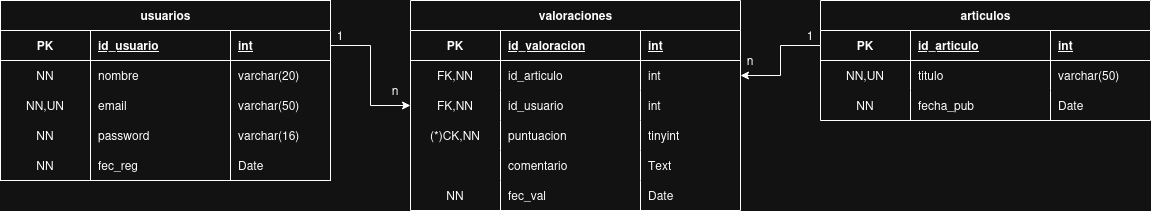
sfloresdev/criptojourney keeps this draw.io diagram as web/assets/images/criptojourney.drawio.png. Above is the earlier version. Source tidied: cells renumbered, new cells last; positions are measured from the earlier drawing's top-left corner, leaving out a move shared by most shapes.
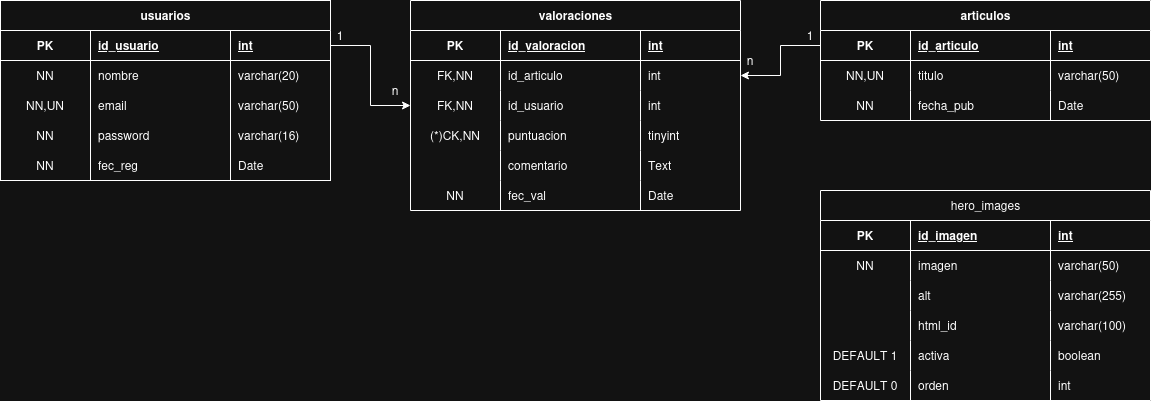
Above is the later version.

Change to the diagram source:
```diff
@@ -197,5 +197,80 @@
     <mxCell id="66" value="n" style="text;html=1;whiteSpace=wrap;strokeColor=none;fillColor=none;align=center;verticalAlign=middle;rounded=0;" parent="1" vertex="1">
       <mxGeometry x="365" y="75" width="60" height="30" as="geometry" />
     </mxCell>
+    <mxCell id="67" value="hero_images" style="shape=table;startSize=30;rowLines=0;fontStyle=0;align=center;html=1;" parent="1" vertex="1">
+      <mxGeometry x="820" y="190" width="330" height="210" as="geometry" />
+    </mxCell>
+    <mxCell id="68" style="shape=tableRow;horizontal=0;startSize=0;swimlaneHead=0;swimlaneBody=0;fillColor=none;top=0;left=0;right=0;bottom=1;" parent="67" vertex="1">
+      <mxGeometry y="30" width="330" height="30" as="geometry" />
+    </mxCell>
+    <mxCell id="69" value="PK" style="shape=partialRectangle;fillColor=none;top=0;left=0;bottom=0;right=0;fontStyle=1;overflow=hidden;whiteSpace=wrap;html=1;" parent="68" vertex="1">
+      <mxGeometry width="90" height="30" as="geometry" />
+    </mxCell>
+    <mxCell id="70" value="id_imagen" style="shape=partialRectangle;fillColor=none;top=0;left=0;bottom=0;right=0;align=left;spacingLeft=6;fontStyle=5;overflow=hidden;whiteSpace=wrap;html=1;" parent="68" vertex="1">
+      <mxGeometry x="90" width="140" height="30" as="geometry" />
+    </mxCell>
+    <mxCell id="71" value="int" style="shape=partialRectangle;fillColor=none;top=0;left=0;bottom=0;right=0;align=left;spacingLeft=6;fontStyle=5;overflow=hidden;whiteSpace=wrap;html=1;" parent="68" vertex="1">
+      <mxGeometry x="230" width="100" height="30" as="geometry" />
+    </mxCell>
+    <mxCell id="72" style="shape=tableRow;horizontal=0;startSize=0;swimlaneHead=0;swimlaneBody=0;fillColor=none;top=0;left=0;right=0;bottom=0;" parent="67" vertex="1">
+      <mxGeometry y="60" width="330" height="30" as="geometry" />
+    </mxCell>
+    <mxCell id="73" value="NN" style="shape=partialRectangle;fillColor=none;top=0;left=0;bottom=0;right=0;overflow=hidden;whiteSpace=wrap;html=1;" parent="72" vertex="1">
+      <mxGeometry width="90" height="30" as="geometry" />
+    </mxCell>
+    <mxCell id="74" value="imagen" style="shape=partialRectangle;fillColor=none;top=0;left=0;bottom=0;right=0;align=left;spacingLeft=6;overflow=hidden;whiteSpace=wrap;html=1;" parent="72" vertex="1">
+      <mxGeometry x="90" width="140" height="30" as="geometry" />
+    </mxCell>
+    <mxCell id="75" value="varchar(50)" style="shape=partialRectangle;fillColor=none;top=0;left=0;bottom=0;right=0;align=left;spacingLeft=6;overflow=hidden;whiteSpace=wrap;html=1;" parent="72" vertex="1">
+      <mxGeometry x="230" width="100" height="30" as="geometry" />
+    </mxCell>
+    <mxCell id="76" style="shape=tableRow;horizontal=0;startSize=0;swimlaneHead=0;swimlaneBody=0;fillColor=none;top=0;left=0;right=0;bottom=0;" parent="67" vertex="1">
+      <mxGeometry y="90" width="330" height="30" as="geometry" />
+    </mxCell>
+    <mxCell id="77" style="shape=partialRectangle;fillColor=none;top=0;left=0;bottom=0;right=0;overflow=hidden;whiteSpace=wrap;html=1;" parent="76" vertex="1">
+      <mxGeometry width="90" height="30" as="geometry" />
+    </mxCell>
+    <mxCell id="78" value="alt" style="shape=partialRectangle;fillColor=none;top=0;left=0;bottom=0;right=0;align=left;spacingLeft=6;overflow=hidden;whiteSpace=wrap;html=1;" parent="76" vertex="1">
+      <mxGeometry x="90" width="140" height="30" as="geometry" />
+    </mxCell>
+    <mxCell id="79" value="varchar(255)" style="shape=partialRectangle;fillColor=none;top=0;left=0;bottom=0;right=0;align=left;spacingLeft=6;overflow=hidden;whiteSpace=wrap;html=1;" parent="76" vertex="1">
+      <mxGeometry x="230" width="100" height="30" as="geometry" />
+    </mxCell>
+    <mxCell id="80" style="shape=tableRow;horizontal=0;startSize=0;swimlaneHead=0;swimlaneBody=0;fillColor=none;top=0;left=0;right=0;bottom=0;" parent="67" vertex="1">
+      <mxGeometry y="120" width="330" height="30" as="geometry" />
+    </mxCell>
+    <mxCell id="81" style="shape=partialRectangle;fillColor=none;top=0;left=0;bottom=0;right=0;overflow=hidden;whiteSpace=wrap;html=1;" parent="80" vertex="1">
+      <mxGeometry width="90" height="30" as="geometry" />
+    </mxCell>
+    <mxCell id="82" value="html_id" style="shape=partialRectangle;fillColor=none;top=0;left=0;bottom=0;right=0;align=left;spacingLeft=6;overflow=hidden;whiteSpace=wrap;html=1;" parent="80" vertex="1">
+      <mxGeometry x="90" width="140" height="30" as="geometry" />
+    </mxCell>
+    <mxCell id="83" value="varchar(100)" style="shape=partialRectangle;fillColor=none;top=0;left=0;bottom=0;right=0;align=left;spacingLeft=6;overflow=hidden;whiteSpace=wrap;html=1;" parent="80" vertex="1">
+      <mxGeometry x="230" width="100" height="30" as="geometry" />
+    </mxCell>
+    <mxCell id="84" style="shape=tableRow;horizontal=0;startSize=0;swimlaneHead=0;swimlaneBody=0;fillColor=none;top=0;left=0;right=0;bottom=0;" parent="67" vertex="1">
+      <mxGeometry y="150" width="330" height="30" as="geometry" />
+    </mxCell>
+    <mxCell id="85" value="DEFAULT 1" style="shape=partialRectangle;fillColor=none;top=0;left=0;bottom=0;right=0;overflow=hidden;whiteSpace=wrap;html=1;" parent="84" vertex="1">
+      <mxGeometry width="90" height="30" as="geometry" />
+    </mxCell>
+    <mxCell id="86" value="activa" style="shape=partialRectangle;fillColor=none;top=0;left=0;bottom=0;right=0;align=left;spacingLeft=6;overflow=hidden;whiteSpace=wrap;html=1;" parent="84" vertex="1">
+      <mxGeometry x="90" width="140" height="30" as="geometry" />
+    </mxCell>
+    <mxCell id="87" value="boolean" style="shape=partialRectangle;fillColor=none;top=0;left=0;bottom=0;right=0;align=left;spacingLeft=6;overflow=hidden;whiteSpace=wrap;html=1;" parent="84" vertex="1">
+      <mxGeometry x="230" width="100" height="30" as="geometry" />
+    </mxCell>
+    <mxCell id="88" style="shape=tableRow;horizontal=0;startSize=0;swimlaneHead=0;swimlaneBody=0;fillColor=none;top=0;left=0;right=0;bottom=0;" parent="67" vertex="1">
+      <mxGeometry y="180" width="330" height="30" as="geometry" />
+    </mxCell>
+    <mxCell id="89" value="DEFAULT 0" style="shape=partialRectangle;fillColor=none;top=0;left=0;bottom=0;right=0;overflow=hidden;whiteSpace=wrap;html=1;" parent="88" vertex="1">
+      <mxGeometry width="90" height="30" as="geometry" />
+    </mxCell>
+    <mxCell id="90" value="orden" style="shape=partialRectangle;fillColor=none;top=0;left=0;bottom=0;right=0;align=left;spacingLeft=6;overflow=hidden;whiteSpace=wrap;html=1;" parent="88" vertex="1">
+      <mxGeometry x="90" width="140" height="30" as="geometry" />
+    </mxCell>
+    <mxCell id="91" value="int" style="shape=partialRectangle;fillColor=none;top=0;left=0;bottom=0;right=0;align=left;spacingLeft=6;overflow=hidden;whiteSpace=wrap;html=1;" parent="88" vertex="1">
+      <mxGeometry x="230" width="100" height="30" as="geometry" />
+    </mxCell>
   </root>
 </mxGraphModel>
```
